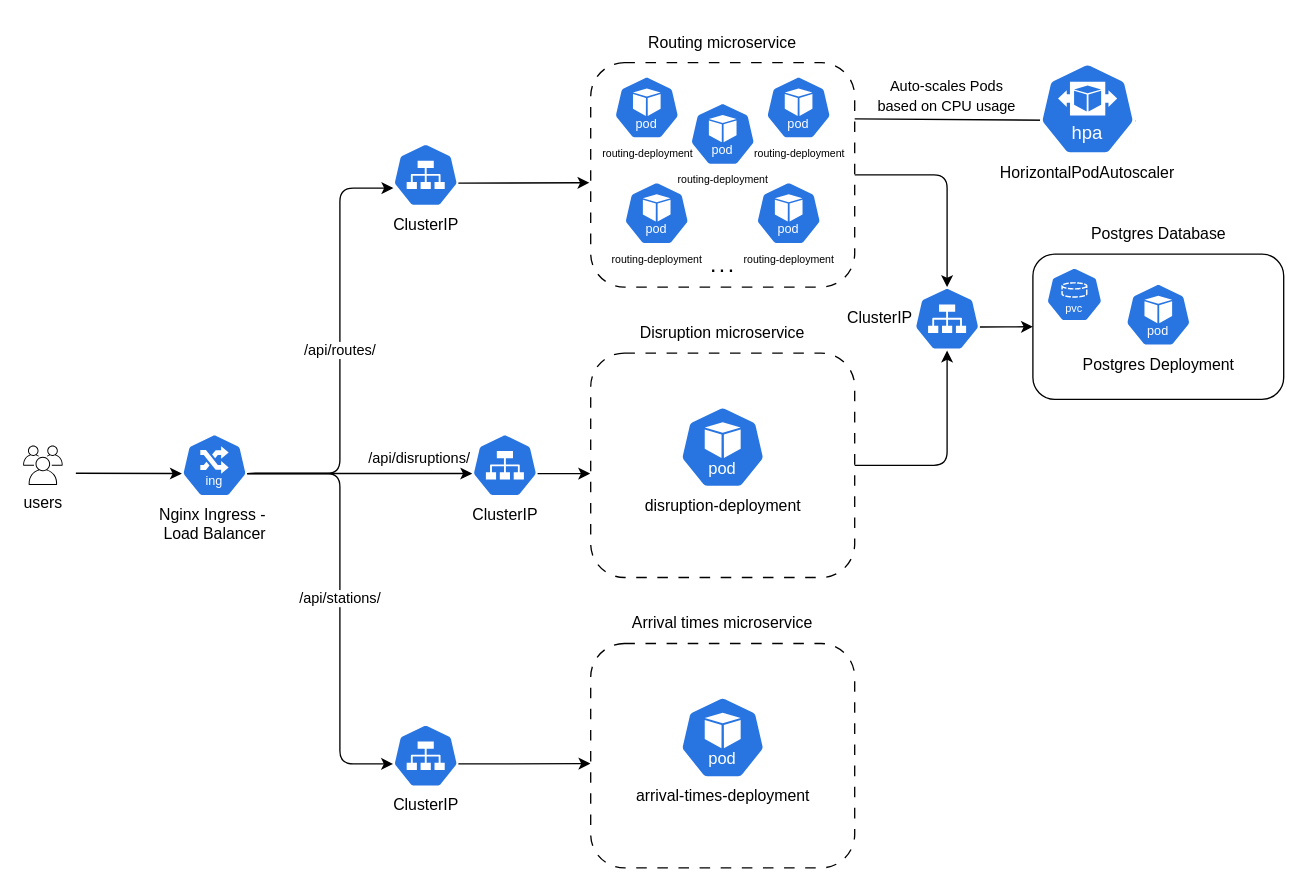
This is diagram/k8s_microservices.drawio from Cl3mensM/monolithic-microservices-architectures-case-study, a draw.io file, before an edit. Source tidied: cells renumbered, new cells numbered last; positions are measured from the earlier drawing's top-left corner, leaving out a move shared by most shapes. Both pictures are drawn from the tidied source at 132%, with x=0, y=0 at pixel (22, 22).
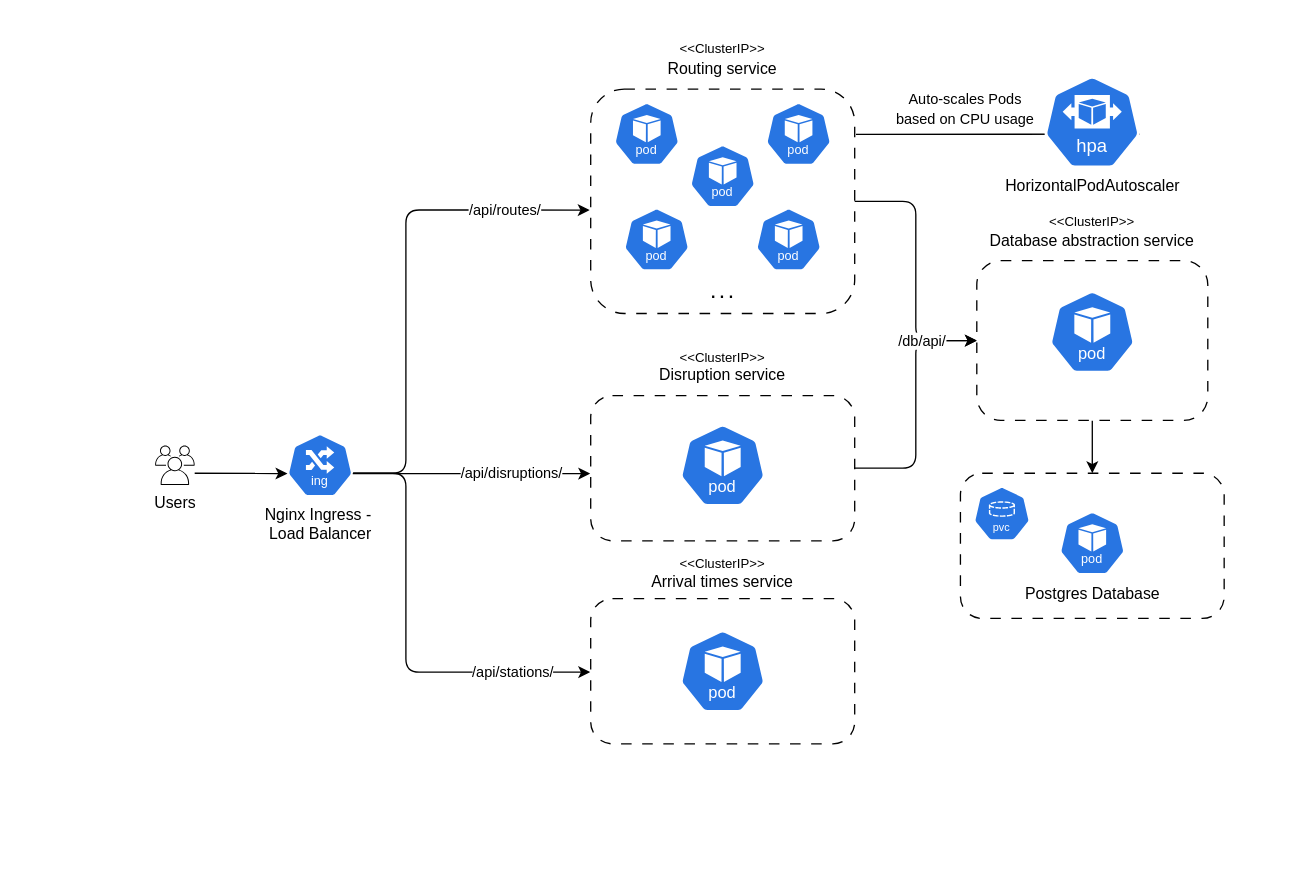
Above is the later version.

Commit message (it also covers changes not shown here):
Kubernetes microservices diagram changed to current architecture

What changed in the source:
```diff
@@
     <mxCell id="2" style="rounded=1;whiteSpace=wrap;html=1;dashed=1;dashPattern=8 8;" parent="1" vertex="1">
-      <mxGeometry x="430" y="30" width="200" height="170" as="geometry" />
+      <mxGeometry x="430" y="50" width="200" height="170" as="geometry" />
     </mxCell>
-    <mxCell id="3" value="Routing micro&lt;span style=&quot;background-color: transparent; color: light-dark(rgb(0, 0, 0), rgb(255, 255, 255));&quot;&gt;service&lt;/span&gt;" style="text;html=1;align=center;verticalAlign=middle;whiteSpace=wrap;rounded=0;" parent="1" vertex="1">
-      <mxGeometry x="470" width="120" height="30" as="geometry" />
+    <mxCell id="3" value="Routing service" style="text;html=1;align=center;verticalAlign=middle;whiteSpace=wrap;rounded=0;" parent="1" vertex="1">
+      <mxGeometry x="470" y="20" width="120" height="30" as="geometry" />
     </mxCell>
     <mxCell id="4" style="rounded=1;whiteSpace=wrap;html=1;dashed=1;dashPattern=8 8;" parent="1" vertex="1">
-      <mxGeometry x="430" y="250" width="200" height="170" as="geometry" />
+      <mxGeometry x="430" y="282.2" width="200" height="110" as="geometry" />
     </mxCell>
     <mxCell id="5" style="rounded=1;whiteSpace=wrap;html=1;dashed=1;dashPattern=8 8;" parent="1" vertex="1">
-      <mxGeometry x="430" y="470" width="200" height="170" as="geometry" />
+      <mxGeometry x="430" y="436" width="200" height="110" as="geometry" />
     </mxCell>
-    <mxCell id="6" value="Disruption microservice" style="text;html=1;align=center;verticalAlign=middle;whiteSpace=wrap;rounded=0;" parent="1" vertex="1">
-      <mxGeometry x="465" y="220" width="130" height="30" as="geometry" />
+    <mxCell id="6" value="Disruption service" style="text;html=1;align=center;verticalAlign=middle;whiteSpace=wrap;rounded=0;" parent="1" vertex="1">
+      <mxGeometry x="465" y="252.2" width="130" height="30" as="geometry" />
     </mxCell>
-    <mxCell id="7" value="Arrival times microservice" style="text;html=1;align=center;verticalAlign=middle;whiteSpace=wrap;rounded=0;" parent="1" vertex="1">
-      <mxGeometry x="460" y="440" width="140" height="30" as="geometry" />
+    <mxCell id="7" value="Arrival times service" style="text;html=1;align=center;verticalAlign=middle;whiteSpace=wrap;rounded=0;" parent="1" vertex="1">
+      <mxGeometry x="460" y="414" width="140" height="20" as="geometry" />
     </mxCell>
-    <mxCell id="8" value="&lt;font&gt;routing-deployment&lt;/font&gt;" style="sketch=0;html=1;dashed=0;whitespace=wrap;verticalLabelPosition=bottom;verticalAlign=top;fillColor=#2875E2;strokeColor=#ffffff;shape=mxgraph.kubernetes.icon2;kubernetesLabel=1;prIcon=pod;fontSize=8;" parent="1" vertex="1">
-      <mxGeometry x="447.5" y="40" width="50" height="48" as="geometry" />
+    <mxCell id="8" style="sketch=0;html=1;dashed=0;whitespace=wrap;verticalLabelPosition=bottom;verticalAlign=top;fillColor=#2875E2;strokeColor=#ffffff;shape=mxgraph.kubernetes.icon2;kubernetesLabel=1;prIcon=pod;fontSize=8;" parent="1" vertex="1">
+      <mxGeometry x="447.5" y="60" width="50" height="48" as="geometry" />
     </mxCell>
-    <mxCell id="9" value="routing-deployment" style="sketch=0;html=1;dashed=0;whitespace=wrap;verticalLabelPosition=bottom;verticalAlign=top;fillColor=#2875E2;strokeColor=#ffffff;shape=mxgraph.kubernetes.icon2;kubernetesLabel=1;prIcon=pod;fontSize=8;" parent="1" vertex="1">
-      <mxGeometry x="505" y="60" width="50" height="48" as="geometry" />
+    <mxCell id="9" style="sketch=0;html=1;dashed=0;whitespace=wrap;verticalLabelPosition=bottom;verticalAlign=top;fillColor=#2875E2;strokeColor=#ffffff;shape=mxgraph.kubernetes.icon2;kubernetesLabel=1;prIcon=pod;fontSize=8;" parent="1" vertex="1">
+      <mxGeometry x="505" y="92" width="50" height="48" as="geometry" />
     </mxCell>
-    <mxCell id="10" value="routing-deployment" style="sketch=0;html=1;dashed=0;whitespace=wrap;verticalLabelPosition=bottom;verticalAlign=top;fillColor=#2875E2;strokeColor=#ffffff;shape=mxgraph.kubernetes.icon2;kubernetesLabel=1;prIcon=pod;fontSize=8;" parent="1" vertex="1">
-      <mxGeometry x="455" y="120" width="50" height="48" as="geometry" />
+    <mxCell id="10" style="sketch=0;html=1;dashed=0;whitespace=wrap;verticalLabelPosition=bottom;verticalAlign=top;fillColor=#2875E2;strokeColor=#ffffff;shape=mxgraph.kubernetes.icon2;kubernetesLabel=1;prIcon=pod;fontSize=8;" parent="1" vertex="1">
+      <mxGeometry x="455" y="140" width="50" height="48" as="geometry" />
     </mxCell>
-    <mxCell id="11" value="routing-deployment" style="sketch=0;html=1;dashed=0;whitespace=wrap;verticalLabelPosition=bottom;verticalAlign=top;fillColor=#2875E2;strokeColor=#ffffff;shape=mxgraph.kubernetes.icon2;kubernetesLabel=1;prIcon=pod;fontSize=8;" parent="1" vertex="1">
-      <mxGeometry x="562.5" y="40" width="50" height="48" as="geometry" />
+    <mxCell id="11" style="sketch=0;html=1;dashed=0;whitespace=wrap;verticalLabelPosition=bottom;verticalAlign=top;fillColor=#2875E2;strokeColor=#ffffff;shape=mxgraph.kubernetes.icon2;kubernetesLabel=1;prIcon=pod;fontSize=8;" parent="1" vertex="1">
+      <mxGeometry x="562.5" y="60" width="50" height="48" as="geometry" />
     </mxCell>
-    <mxCell id="12" value="routing-deployment" style="sketch=0;html=1;dashed=0;whitespace=wrap;verticalLabelPosition=bottom;verticalAlign=top;fillColor=#2875E2;strokeColor=#ffffff;shape=mxgraph.kubernetes.icon2;kubernetesLabel=1;prIcon=pod;fontSize=8;" parent="1" vertex="1">
-      <mxGeometry x="555" y="120" width="50" height="48" as="geometry" />
+    <mxCell id="12" style="sketch=0;html=1;dashed=0;whitespace=wrap;verticalLabelPosition=bottom;verticalAlign=top;fillColor=#2875E2;strokeColor=#ffffff;shape=mxgraph.kubernetes.icon2;kubernetesLabel=1;prIcon=pod;fontSize=8;" parent="1" vertex="1">
+      <mxGeometry x="555" y="140" width="50" height="48" as="geometry" />
     </mxCell>
-    <mxCell id="13" value="disruption-deployment" style="sketch=0;html=1;dashed=0;whitespace=wrap;verticalLabelPosition=bottom;verticalAlign=top;fillColor=#2875E2;strokeColor=#ffffff;shape=mxgraph.kubernetes.icon2;kubernetesLabel=1;prIcon=pod;" parent="1" vertex="1">
-      <mxGeometry x="497.5" y="290" width="65" height="62.4" as="geometry" />
+    <mxCell id="13" style="sketch=0;html=1;dashed=0;whitespace=wrap;verticalLabelPosition=bottom;verticalAlign=top;fillColor=#2875E2;strokeColor=#ffffff;shape=mxgraph.kubernetes.icon2;kubernetesLabel=1;prIcon=pod;" parent="1" vertex="1">
+      <mxGeometry x="497.5" y="303.8" width="65" height="62.4" as="geometry" />
     </mxCell>
-    <mxCell id="14" value="arrival-times-deployment" style="sketch=0;html=1;dashed=0;whitespace=wrap;verticalLabelPosition=bottom;verticalAlign=top;fillColor=#2875E2;strokeColor=#ffffff;shape=mxgraph.kubernetes.icon2;kubernetesLabel=1;prIcon=pod;" parent="1" vertex="1">
-      <mxGeometry x="497.5" y="510" width="65" height="62.4" as="geometry" />
+    <mxCell id="14" style="sketch=0;html=1;dashed=0;whitespace=wrap;verticalLabelPosition=bottom;verticalAlign=top;fillColor=#2875E2;strokeColor=#ffffff;shape=mxgraph.kubernetes.icon2;kubernetesLabel=1;prIcon=pod;" parent="1" vertex="1">
+      <mxGeometry x="497.5" y="459.8" width="65" height="62.4" as="geometry" />
     </mxCell>
     <mxCell id="15" value="&lt;font style=&quot;font-size: 11px;&quot;&gt;Auto-scales Pods based on CPU usage&lt;/font&gt;" style="text;html=1;align=center;verticalAlign=middle;whiteSpace=wrap;rounded=0;" parent="1" vertex="1">
-      <mxGeometry x="640" y="40" width="120" height="30" as="geometry" />
+      <mxGeometry x="653.5" y="50" width="120" height="30" as="geometry" />
     </mxCell>
-    <mxCell id="16" style="endArrow=none;html=1;rounded=0;exitX=0.995;exitY=0.63;exitDx=0;exitDy=0;entryX=1;entryY=0.25;entryDx=0;entryDy=0;exitPerimeter=0;" parent="1" edge="1" source="18" target="2">
+    <mxCell id="16" style="endArrow=none;html=1;rounded=0;exitX=0.995;exitY=0.63;exitDx=0;exitDy=0;entryX=1.005;entryY=0.202;entryDx=0;entryDy=0;exitPerimeter=0;entryPerimeter=0;" parent="1" edge="1" source="18" target="2">
       <mxGeometry relative="1" as="geometry" />
     </mxCell>
-    <mxCell id="17" style="rounded=1;whiteSpace=wrap;html=1;" parent="1" vertex="1">
-      <mxGeometry x="765" y="175" width="190" height="110" as="geometry" />
+    <mxCell id="17" style="rounded=1;whiteSpace=wrap;html=1;dashed=1;dashPattern=8 8;" parent="1" vertex="1">
+      <mxGeometry x="710.1" y="341" width="199.8" height="110" as="geometry" />
     </mxCell>
     <mxCell id="18" value="&lt;span style=&quot;text-wrap-mode: wrap;&quot;&gt;HorizontalPodAutoscaler&lt;/span&gt;" style="sketch=0;html=1;dashed=0;whitespace=wrap;verticalLabelPosition=bottom;verticalAlign=top;fillColor=#2875E2;strokeColor=#ffffff;points=[[0.005,0.63,0],[0.1,0.2,0],[0.9,0.2,0],[0.5,0,0],[0.995,0.63,0],[0.72,0.99,0],[0.5,1,0],[0.28,0.99,0]];shape=mxgraph.kubernetes.icon2;kubernetesLabel=1;prIcon=hpa;" parent="1" vertex="1">
-      <mxGeometry x="770" y="30" width="72.9" height="70" as="geometry" />
+      <mxGeometry x="773.5" y="40" width="72.9" height="70" as="geometry" />
     </mxCell>
     <mxCell id="19" value="&lt;b&gt;. . .&lt;/b&gt;" style="text;html=1;align=center;verticalAlign=middle;whiteSpace=wrap;rounded=0;" parent="1" vertex="1">
-      <mxGeometry x="500" y="170" width="60" height="30" as="geometry" />
+      <mxGeometry x="500" y="190" width="60" height="30" as="geometry" />
     </mxCell>
-    <mxCell id="20" value="ClusterIP" style="sketch=0;html=1;dashed=0;whitespace=wrap;verticalLabelPosition=bottom;verticalAlign=top;fillColor=#2875E2;strokeColor=#ffffff;points=[[0.005,0.63,0],[0.1,0.2,0],[0.9,0.2,0],[0.5,0,0],[0.995,0.63,0],[0.72,0.99,0],[0.5,1,0],[0.28,0.99,0]];shape=mxgraph.kubernetes.icon2;prIcon=svc;" parent="1" vertex="1">
-      <mxGeometry x="280" y="91" width="50" height="48" as="geometry" />
-    </mxCell>
     <mxCell id="21" value="Nginx Ingress -&amp;nbsp;&lt;div&gt;Load Balancer&lt;/div&gt;" style="sketch=0;html=1;dashed=0;whitespace=wrap;verticalLabelPosition=bottom;verticalAlign=top;fillColor=#2875E2;strokeColor=#ffffff;points=[[0.005,0.63,0],[0.1,0.2,0],[0.9,0.2,0],[0.5,0,0],[0.995,0.63,0],[0.72,0.99,0],[0.5,1,0],[0.28,0.99,0]];shape=mxgraph.kubernetes.icon2;kubernetesLabel=1;prIcon=ing;" parent="1" vertex="1">
-      <mxGeometry x="120" y="311" width="50" height="48" as="geometry" />
+      <mxGeometry x="200" y="311" width="50" height="48" as="geometry" />
     </mxCell>
-    <mxCell id="22" value="ClusterIP" style="sketch=0;html=1;dashed=0;whitespace=wrap;verticalLabelPosition=bottom;verticalAlign=top;fillColor=#2875E2;strokeColor=#ffffff;points=[[0.005,0.63,0],[0.1,0.2,0],[0.9,0.2,0],[0.5,0,0],[0.995,0.63,0],[0.72,0.99,0],[0.5,1,0],[0.28,0.99,0]];shape=mxgraph.kubernetes.icon2;prIcon=svc;" parent="1" vertex="1">
-      <mxGeometry x="340" y="311" width="50" height="48" as="geometry" />
-    </mxCell>
-    <mxCell id="23" value="ClusterIP" style="sketch=0;html=1;dashed=0;whitespace=wrap;verticalLabelPosition=bottom;verticalAlign=top;fillColor=#2875E2;strokeColor=#ffffff;points=[[0.005,0.63,0],[0.1,0.2,0],[0.9,0.2,0],[0.5,0,0],[0.995,0.63,0],[0.72,0.99,0],[0.5,1,0],[0.28,0.99,0]];shape=mxgraph.kubernetes.icon2;prIcon=svc;" parent="1" vertex="1">
-      <mxGeometry x="280" y="531" width="50" height="48" as="geometry" />
-    </mxCell>
-    <mxCell id="24" style="endArrow=classic;html=1;rounded=0;exitX=0.995;exitY=0.63;exitDx=0;exitDy=0;exitPerimeter=0;entryX=-0.005;entryY=0.535;entryDx=0;entryDy=0;entryPerimeter=0;endFill=1;" parent="1" edge="1" source="20" target="2">
-      <mxGeometry relative="1" as="geometry" />
-    </mxCell>
-    <mxCell id="25" style="endArrow=classic;html=1;rounded=0;exitX=0.995;exitY=0.63;exitDx=0;exitDy=0;exitPerimeter=0;entryX=-0.002;entryY=0.537;entryDx=0;entryDy=0;entryPerimeter=0;endFill=1;" parent="1" edge="1" source="22" target="4">
-      <mxGeometry relative="1" as="geometry" />
-    </mxCell>
-    <mxCell id="26" style="endArrow=classic;html=1;rounded=0;exitX=0.995;exitY=0.63;exitDx=0;exitDy=0;exitPerimeter=0;entryX=-0.001;entryY=0.535;entryDx=0;entryDy=0;entryPerimeter=0;endFill=1;" parent="1" edge="1" source="23" target="5">
-      <mxGeometry relative="1" as="geometry" />
-    </mxCell>
-    <mxCell id="27" value="/api/routes/" style="edgeStyle=orthogonalEdgeStyle;rounded=1;jettySize=auto;html=1;entryX=0.005;entryY=0.63;entryDx=0;entryDy=0;entryPerimeter=0;strokeColor=default;curved=0;endArrow=classic;startFill=0;exitX=0.995;exitY=0.63;exitDx=0;exitDy=0;exitPerimeter=0;endFill=1;" parent="1" edge="1" source="21">
-      <mxGeometry relative="1" as="geometry">
-        <mxPoint x="280.5" y="125" as="targetPoint" />
+    <mxCell id="27" value="/api/routes/" style="edgeStyle=orthogonalEdgeStyle;rounded=1;jettySize=auto;html=1;strokeColor=default;curved=0;endArrow=classic;startFill=0;endFill=1;entryX=-0.004;entryY=0.539;entryDx=0;entryDy=0;entryPerimeter=0;" parent="1" edge="1" target="2">
+      <mxGeometry x="0.66" relative="1" as="geometry">
+        <mxPoint x="250" y="341" as="sourcePoint" />
         <Array as="points">
-          <mxPoint x="240" y="341" />
-          <mxPoint x="240" y="125" />
+          <mxPoint x="290" y="341" />
+          <mxPoint x="290" y="142" />
         </Array>
       </mxGeometry>
     </mxCell>
-    <mxCell id="28" value="/api/disruptions/" style="edgeStyle=orthogonalEdgeStyle;rounded=0;jettySize=auto;html=1;exitX=0.995;exitY=0.63;exitDx=0;exitDy=0;exitPerimeter=0;entryX=0.005;entryY=0.63;entryDx=0;entryDy=0;entryPerimeter=0;endArrow=classic;startFill=0;endFill=1;" parent="1" edge="1" source="21" target="22">
-      <mxGeometry x="0.53" y="11" relative="1" as="geometry">
+    <mxCell id="28" value="/api/disruptions/" style="edgeStyle=orthogonalEdgeStyle;rounded=0;jettySize=auto;html=1;exitX=0.995;exitY=0.63;exitDx=0;exitDy=0;exitPerimeter=0;entryX=-0.002;entryY=0.537;entryDx=0;entryDy=0;entryPerimeter=0;endArrow=classic;startFill=0;endFill=1;" parent="1" edge="1" source="21" target="4">
+      <mxGeometry x="0.34" relative="1" as="geometry">
         <Array as="points">
-          <mxPoint x="290" y="341" />
-          <mxPoint x="290" y="341" />
+          <mxPoint x="430" y="341" />
         </Array>
       </mxGeometry>
     </mxCell>
-    <mxCell id="29" value="/api/stations/" style="edgeStyle=orthogonalEdgeStyle;rounded=1;jettySize=auto;html=1;exitX=0.995;exitY=0.63;exitDx=0;exitDy=0;exitPerimeter=0;entryX=0.005;entryY=0.63;entryDx=0;entryDy=0;entryPerimeter=0;curved=0;endArrow=classic;startFill=0;endFill=1;" parent="1" edge="1" source="21" target="23">
-      <mxGeometry relative="1" as="geometry">
+    <mxCell id="29" value="/api/stations/" style="edgeStyle=orthogonalEdgeStyle;rounded=1;jettySize=auto;html=1;curved=0;endArrow=classic;startFill=0;endFill=1;entryX=-0.002;entryY=0.506;entryDx=0;entryDy=0;entryPerimeter=0;" parent="1" edge="1" target="5">
+      <mxGeometry x="0.65" relative="1" as="geometry">
+        <mxPoint x="250" y="341" as="sourcePoint" />
         <Array as="points">
-          <mxPoint x="240" y="341" />
-          <mxPoint x="240" y="561" />
+          <mxPoint x="290" y="341" />
+          <mxPoint x="290" y="492" />
         </Array>
       </mxGeometry>
     </mxCell>
     <mxCell id="30" style="endArrow=classic;html=1;rounded=0;entryX=0.005;entryY=0.63;entryDx=0;entryDy=0;entryPerimeter=0;" parent="1" edge="1" target="21">
       <mxGeometry relative="1" as="geometry">
-        <mxPoint x="40" y="341" as="sourcePoint" />
+        <mxPoint x="130" y="341" as="sourcePoint" />
       </mxGeometry>
     </mxCell>
-    <mxCell id="31" value="users" style="sketch=0;gradientColor=none;fontColor=#000000;strokeColor=none;fillColor=#000000;dashed=0;verticalLabelPosition=bottom;verticalAlign=top;align=center;html=1;fontSize=12;fontStyle=0;shape=mxgraph.aws4.illustration_users;" parent="1" vertex="1">
-      <mxGeometry y="320" width="30" height="30" as="geometry" />
+    <mxCell id="31" value="Users" style="sketch=0;gradientColor=none;fontColor=#000000;strokeColor=none;fillColor=#000000;dashed=0;verticalLabelPosition=bottom;verticalAlign=top;align=center;html=1;fontSize=12;fontStyle=0;shape=mxgraph.aws4.illustration_users;" parent="1" vertex="1">
+      <mxGeometry x="100" y="320" width="30" height="30" as="geometry" />
     </mxCell>
     <mxCell id="32" style="sketch=0;html=1;dashed=0;whitespace=wrap;verticalLabelPosition=bottom;verticalAlign=top;fillColor=#2875E2;strokeColor=#ffffff;shape=mxgraph.kubernetes.icon2;kubernetesLabel=1;prIcon=pvc;" parent="1" vertex="1">
-      <mxGeometry x="775" y="185" width="42.9" height="41.2" as="geometry" />
+      <mxGeometry x="720.1" y="351" width="42.9" height="41.2" as="geometry" />
     </mxCell>
-    <mxCell id="33" style="edgeStyle=orthogonalEdgeStyle;rounded=0;jettySize=auto;html=1;exitX=0.995;exitY=0.63;exitDx=0;exitDy=0;exitPerimeter=0;entryX=0;entryY=0.5;entryDx=0;entryDy=0;" parent="1" edge="1" source="34" target="17">
+    <mxCell id="33" style="edgeStyle=orthogonalEdgeStyle;rounded=0;jettySize=auto;html=1;exitX=0.5;exitY=1;exitDx=0;exitDy=0;entryX=0.5;entryY=0;entryDx=0;entryDy=0;" parent="1" edge="1" source="43" target="17">
       <mxGeometry relative="1" as="geometry" />
     </mxCell>
-    <mxCell id="34" value="ClusterIP" style="sketch=0;html=1;dashed=0;whitespace=wrap;verticalLabelPosition=middle;verticalAlign=middle;fillColor=#2875E2;strokeColor=#ffffff;points=[[0.005,0.63,0],[0.1,0.2,0],[0.9,0.2,0],[0.5,0,0],[0.995,0.63,0],[0.72,0.99,0],[0.5,1,0],[0.28,0.99,0]];shape=mxgraph.kubernetes.icon2;prIcon=svc;labelPosition=left;align=right;" parent="1" vertex="1">
-      <mxGeometry x="675" y="200" width="50" height="48" as="geometry" />
-    </mxCell>
-    <mxCell id="35" value="Postgres Deployment" style="sketch=0;html=1;dashed=0;whitespace=wrap;verticalLabelPosition=bottom;verticalAlign=top;fillColor=#2875E2;strokeColor=#ffffff;shape=mxgraph.kubernetes.icon2;kubernetesLabel=1;prIcon=pod;fontSize=12;" parent="1" vertex="1">
-      <mxGeometry x="835" y="197" width="50" height="48" as="geometry" />
+    <mxCell id="35" style="sketch=0;html=1;dashed=0;whitespace=wrap;verticalLabelPosition=bottom;verticalAlign=top;fillColor=#2875E2;strokeColor=#ffffff;shape=mxgraph.kubernetes.icon2;kubernetesLabel=1;prIcon=pod;fontSize=12;" parent="1" vertex="1">
+      <mxGeometry x="785" y="370" width="50" height="48" as="geometry" />
     </mxCell>
     <mxCell id="36" value="Postgres Database" style="text;html=1;align=center;verticalAlign=middle;whiteSpace=wrap;rounded=0;" parent="1" vertex="1">
-      <mxGeometry x="802.5" y="145" width="115" height="30" as="geometry" />
+      <mxGeometry x="752.5" y="418" width="115" height="30" as="geometry" />
     </mxCell>
-    <mxCell id="37" style="edgeStyle=orthogonalEdgeStyle;rounded=1;jettySize=auto;html=1;exitX=1;exitY=0.5;exitDx=0;exitDy=0;entryX=0.5;entryY=0;entryDx=0;entryDy=0;entryPerimeter=0;curved=0;" parent="1" edge="1" source="2" target="34">
+    <mxCell id="37" style="edgeStyle=orthogonalEdgeStyle;rounded=1;jettySize=auto;html=1;exitX=1;exitY=0.5;exitDx=0;exitDy=0;entryX=0;entryY=0.5;entryDx=0;entryDy=0;curved=0;" parent="1" edge="1" source="2" target="43">
       <mxGeometry relative="1" as="geometry" />
     </mxCell>
-    <mxCell id="38" style="edgeStyle=orthogonalEdgeStyle;rounded=1;jettySize=auto;html=1;exitX=1;exitY=0.5;exitDx=0;exitDy=0;entryX=0.5;entryY=1;entryDx=0;entryDy=0;entryPerimeter=0;curved=0;" parent="1" edge="1" source="4" target="34">
+    <mxCell id="38" style="edgeStyle=orthogonalEdgeStyle;rounded=1;jettySize=auto;html=1;exitX=1;exitY=0.5;exitDx=0;exitDy=0;entryX=0;entryY=0.5;entryDx=0;entryDy=0;curved=0;" parent="1" edge="1" source="4" target="43">
       <mxGeometry relative="1" as="geometry" />
     </mxCell>
+    <mxCell id="39" value="/db/api/" style="edgeLabel;html=1;align=center;verticalAlign=middle;" parent="38" vertex="1">
+      <mxGeometry x="0.7" relative="1" as="geometry">
+        <mxPoint x="-14" as="offset" />
+      </mxGeometry>
+    </mxCell>
+    <mxCell id="40" value="&lt;font style=&quot;font-size: 10px;&quot;&gt;&amp;lt;&amp;lt;ClusterIP&amp;gt;&amp;gt;&lt;/font&gt;" style="text;html=1;align=center;verticalAlign=middle;whiteSpace=wrap;rounded=0;" parent="1" vertex="1">
+      <mxGeometry x="500" y="10" width="60" height="18" as="geometry" />
+    </mxCell>
+    <mxCell id="41" value="&lt;font style=&quot;font-size: 10px;&quot;&gt;&amp;lt;&amp;lt;ClusterIP&amp;gt;&amp;gt;&lt;/font&gt;" style="text;html=1;align=center;verticalAlign=middle;whiteSpace=wrap;rounded=0;" parent="1" vertex="1">
+      <mxGeometry x="500" y="244.2" width="60" height="18" as="geometry" />
+    </mxCell>
+    <mxCell id="42" value="&lt;font style=&quot;font-size: 10px;&quot;&gt;&amp;lt;&amp;lt;ClusterIP&amp;gt;&amp;gt;&lt;/font&gt;" style="text;html=1;align=center;verticalAlign=middle;whiteSpace=wrap;rounded=0;" parent="1" vertex="1">
+      <mxGeometry x="500" y="400" width="60" height="18" as="geometry" />
+    </mxCell>
+    <mxCell id="43" style="rounded=1;whiteSpace=wrap;html=1;dashed=1;dashPattern=8 8;" parent="1" vertex="1">
+      <mxGeometry x="722.5" y="180" width="175" height="121" as="geometry" />
+    </mxCell>
+    <mxCell id="44" value="Database abstraction service" style="text;html=1;align=center;verticalAlign=middle;whiteSpace=wrap;rounded=0;" parent="1" vertex="1">
+      <mxGeometry x="730" y="150" width="160" height="30" as="geometry" />
+    </mxCell>
+    <mxCell id="45" style="sketch=0;html=1;dashed=0;whitespace=wrap;verticalLabelPosition=bottom;verticalAlign=top;fillColor=#2875E2;strokeColor=#ffffff;shape=mxgraph.kubernetes.icon2;kubernetesLabel=1;prIcon=pod;" parent="1" vertex="1">
+      <mxGeometry x="777.5" y="202.8" width="65" height="62.4" as="geometry" />
+    </mxCell>
+    <mxCell id="46" value="&lt;font style=&quot;font-size: 10px;&quot;&gt;&amp;lt;&amp;lt;ClusterIP&amp;gt;&amp;gt;&lt;/font&gt;" style="text;html=1;align=center;verticalAlign=middle;whiteSpace=wrap;rounded=0;" parent="1" vertex="1">
+      <mxGeometry x="780" y="141" width="60" height="18" as="geometry" />
+    </mxCell>
```
